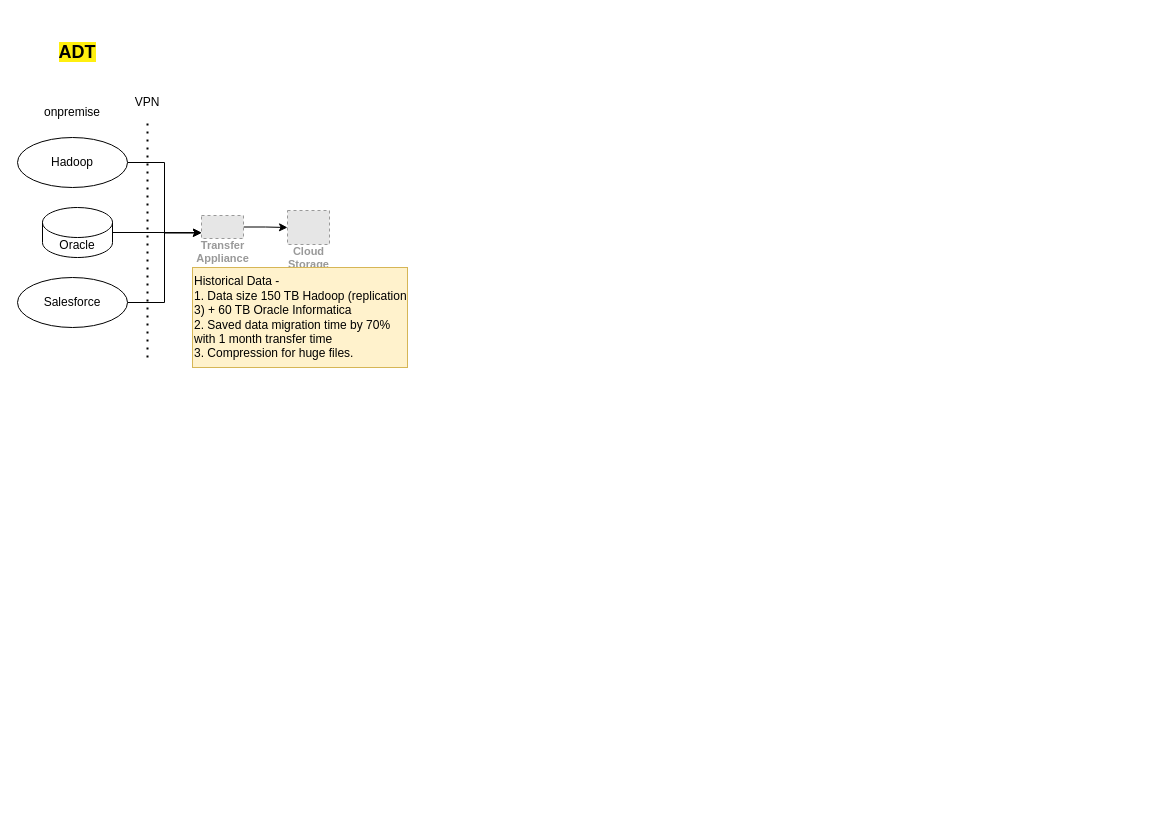
Before: ADT/ADT-Detailed.drawio in harshaldharme/ProjectSpaces, a draw.io diagram. Source tidied: cells renumbered, new cells numbered last; positions are measured from the earlier drawing's top-left corner, leaving out a move shared by most shapes. Both pictures are drawn from the tidied source at 100%, with x=0, y=0 at pixel (17, 37). Pictures stored in the file or linked from it are replaced by grey dashed boxes.
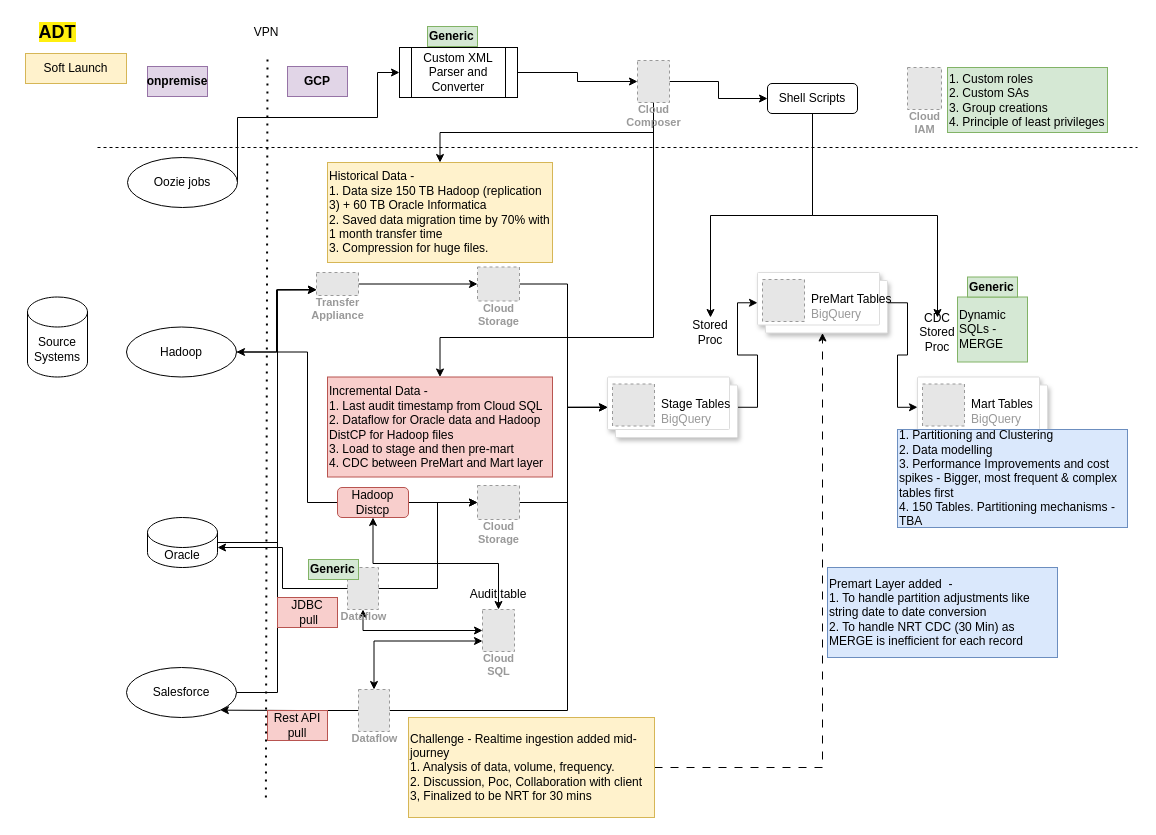
Above is the later version.

Change to the diagram source:
```diff
@@
     <mxCell id="2" style="endArrow=none;dashed=1;html=1;dashPattern=1 3;strokeWidth=2;rounded=0;" parent="1" edge="1">
       <mxGeometry relative="1" as="geometry">
-        <mxPoint x="130" y="320" as="sourcePoint" />
-        <mxPoint x="130" y="80" as="targetPoint" />
+        <mxPoint x="248.4" y="760" as="sourcePoint" />
+        <mxPoint x="250" y="20" as="targetPoint" />
       </mxGeometry>
     </mxCell>
     <mxCell id="3" value="&lt;font style=&quot;font-size: 18px; background-color: rgb(255, 239, 15);&quot;&gt;&lt;b&gt;ADT&lt;/b&gt;&lt;/font&gt;" style="text;html=1;align=center;verticalAlign=middle;whiteSpace=wrap;rounded=0;" parent="1" vertex="1">
-      <mxGeometry x="30" width="60" height="30" as="geometry" />
+      <mxGeometry x="10" y="-20" width="60" height="30" as="geometry" />
     </mxCell>
     <mxCell id="4" value="VPN" style="text;html=1;align=center;verticalAlign=middle;whiteSpace=wrap;rounded=0;" parent="1" vertex="1">
-      <mxGeometry x="100" y="50" width="60" height="30" as="geometry" />
+      <mxGeometry x="219" y="-20" width="60" height="30" as="geometry" />
     </mxCell>
@@
     <mxCell id="6" value="Hadoop" style="ellipse;whiteSpace=wrap;html=1;" parent="1" vertex="1">
-      <mxGeometry y="100" width="110" height="50" as="geometry" />
+      <mxGeometry x="109" y="289.5" width="110" height="50" as="geometry" />
     </mxCell>
     <mxCell id="7" style="edgeStyle=orthogonalEdgeStyle;rounded=0;jettySize=auto;html=1;exitX=1;exitY=0.5;exitDx=0;exitDy=0;entryX=0;entryY=0.75;entryDx=0;entryDy=0;" parent="1" edge="1" source="8" target="13">
-      <mxGeometry relative="1" as="geometry" />
+      <mxGeometry relative="1" as="geometry">
+        <Array as="points">
+          <mxPoint x="260" y="655" />
+          <mxPoint x="260" y="252" />
+        </Array>
+      </mxGeometry>
     </mxCell>
     <mxCell id="8" value="Salesforce" style="ellipse;whiteSpace=wrap;html=1;" parent="1" vertex="1">
-      <mxGeometry y="240" width="110" height="50" as="geometry" />
+      <mxGeometry x="109" y="630" width="110" height="50" as="geometry" />
     </mxCell>
-    <mxCell id="9" value="onpremise" style="text;html=1;align=center;verticalAlign=middle;whiteSpace=wrap;rounded=0;" parent="1" vertex="1">
-      <mxGeometry x="25" y="60" width="60" height="30" as="geometry" />
+    <mxCell id="9" value="onpremise" style="text;html=1;align=center;verticalAlign=middle;whiteSpace=wrap;rounded=0;fontStyle=1;fillColor=#e1d5e7;strokeColor=#9673a6;" parent="1" vertex="1">
+      <mxGeometry x="130" y="29" width="60" height="30" as="geometry" />
     </mxCell>
     <mxCell id="10" style="edgeStyle=orthogonalEdgeStyle;rounded=0;jettySize=auto;html=1;exitX=1;exitY=0.5;exitDx=0;exitDy=0;exitPerimeter=0;entryX=0;entryY=0.75;entryDx=0;entryDy=0;" parent="1" edge="1" source="11" target="13">
-      <mxGeometry relative="1" as="geometry" />
+      <mxGeometry relative="1" as="geometry">
+        <Array as="points">
+          <mxPoint x="260" y="505" />
+          <mxPoint x="260" y="252" />
+        </Array>
+      </mxGeometry>
     </mxCell>
     <mxCell id="11" value="Oracle" style="shape=cylinder3;whiteSpace=wrap;html=1;boundedLbl=1;backgroundOutline=1;size=15;" parent="1" vertex="1">
-      <mxGeometry x="25" y="170" width="70" height="50" as="geometry" />
+      <mxGeometry x="130" y="480" width="70" height="50" as="geometry" />
     </mxCell>
@@
     <mxCell id="13" value="Transfer&#10;Appliance" style="fillColor=#E6E6E6;strokeColor=#999999;dashed=1;html=1;verticalAlign=top;labelPosition=center;verticalLabelPosition=bottom;align=center;spacingTop=-6;fontSize=11;fontStyle=1;fontColor=#999999;" parent="1" vertex="1">
-      <mxGeometry x="184" y="178" width="42" height="23" as="geometry" />
+      <mxGeometry x="299" y="235" width="42" height="23" as="geometry" />
     </mxCell>
+    <mxCell id="16" style="edgeStyle=orthogonalEdgeStyle;rounded=0;jettySize=auto;html=1;exitX=1;exitY=0.5;exitDx=0;exitDy=0;" parent="1" edge="1" source="14">
+      <mxGeometry relative="1" as="geometry">
+        <mxPoint x="590" y="370" as="targetPoint" />
+        <Array as="points">
+          <mxPoint x="550" y="247" />
+          <mxPoint x="550" y="370" />
+        </Array>
+      </mxGeometry>
+    </mxCell>
     <mxCell id="14" value="Cloud&#10;Storage" style="fillColor=#E6E6E6;strokeColor=#999999;dashed=1;html=1;verticalAlign=top;labelPosition=center;verticalLabelPosition=bottom;align=center;spacingTop=-6;fontSize=11;fontStyle=1;fontColor=#999999;" parent="1" vertex="1">
-      <mxGeometry x="270" y="173" width="42" height="34" as="geometry" />
+      <mxGeometry x="460" y="229.5" width="42" height="34" as="geometry" />
     </mxCell>
     <mxCell id="15" value="Historical Data -&amp;nbsp;&lt;div&gt;1. Data size 150 TB Hadoop (replication 3) + 60 TB Oracle Informatica&lt;br&gt;&lt;/div&gt;&lt;div&gt;2. Saved data migration time by 70% with 1 month transfer time&lt;/div&gt;&lt;div&gt;3. Compression for huge files.&lt;/div&gt;" style="text;html=1;align=left;verticalAlign=middle;whiteSpace=wrap;rounded=0;fillColor=#fff2cc;strokeColor=#d6b656;" parent="1" vertex="1">
-      <mxGeometry x="175" y="230" width="215" height="100" as="geometry" />
+      <mxGeometry x="310" y="125" width="225" height="100" as="geometry" />
     </mxCell>
+    <mxCell id="17" value="Source&lt;br&gt;Systems" style="shape=cylinder3;whiteSpace=wrap;html=1;boundedLbl=1;backgroundOutline=1;size=15;" parent="1" vertex="1">
+      <mxGeometry x="10" y="259.5" width="60" height="80" as="geometry" />
+    </mxCell>
+    <mxCell id="18" value="Soft Launch" style="text;html=1;align=center;verticalAlign=middle;whiteSpace=wrap;rounded=0;fillColor=#fff2cc;strokeColor=#d6b656;" parent="1" vertex="1">
+      <mxGeometry x="8" y="16" width="101" height="30" as="geometry" />
+    </mxCell>
+    <mxCell id="19" value="&lt;div&gt;Incremental Data -&amp;nbsp;&lt;/div&gt;&lt;div&gt;1. Last audit timestamp from Cloud SQL&lt;br&gt;2. Dataflow for Oracle data and Hadoop DistCP for Hadoop files&lt;br&gt;3. Load to stage and then pre-mart&lt;br&gt;4. CDC between PreMart and Mart layer&lt;/div&gt;" style="text;html=1;align=left;verticalAlign=middle;whiteSpace=wrap;rounded=0;fillColor=#f8cecc;strokeColor=#b85450;" parent="1" vertex="1">
+      <mxGeometry x="310" y="339.5" width="225" height="100" as="geometry" />
+    </mxCell>
+    <mxCell id="20" style="edgeStyle=orthogonalEdgeStyle;rounded=0;jettySize=auto;html=1;exitX=1;exitY=0.5;exitDx=0;exitDy=0;entryX=0;entryY=0.5;entryDx=0;entryDy=0;" parent="1" edge="1" source="22" target="31">
+      <mxGeometry relative="1" as="geometry">
+        <Array as="points">
+          <mxPoint x="420" y="551" />
+          <mxPoint x="420" y="465" />
+        </Array>
+      </mxGeometry>
+    </mxCell>
+    <mxCell id="21" style="edgeStyle=orthogonalEdgeStyle;rounded=0;jettySize=auto;html=1;exitX=0.5;exitY=1;exitDx=0;exitDy=0;entryX=0;entryY=0.5;entryDx=0;entryDy=0;startArrow=classic;startFill=1;" parent="1" edge="1" source="22" target="38">
+      <mxGeometry relative="1" as="geometry" />
+    </mxCell>
+    <mxCell id="22" value="Dataflow" style="fillColor=#E6E6E6;strokeColor=#999999;dashed=1;html=1;verticalAlign=top;labelPosition=center;verticalLabelPosition=bottom;align=center;spacingTop=-6;fontSize=11;fontStyle=1;fontColor=#999999;" parent="1" vertex="1">
+      <mxGeometry x="330" y="530" width="31" height="42" as="geometry" />
+    </mxCell>
+    <mxCell id="23" style="edgeStyle=orthogonalEdgeStyle;rounded=0;jettySize=auto;html=1;exitX=0;exitY=0.5;exitDx=0;exitDy=0;entryX=1;entryY=0.5;entryDx=0;entryDy=0;" parent="1" edge="1" source="26" target="6">
+      <mxGeometry relative="1" as="geometry">
+        <Array as="points">
+          <mxPoint x="290" y="465" />
+          <mxPoint x="290" y="315" />
+        </Array>
+      </mxGeometry>
+    </mxCell>
+    <mxCell id="24" style="edgeStyle=orthogonalEdgeStyle;rounded=0;jettySize=auto;html=1;exitX=1;exitY=0.5;exitDx=0;exitDy=0;entryX=0;entryY=0.5;entryDx=0;entryDy=0;" parent="1" edge="1" source="26" target="31">
+      <mxGeometry relative="1" as="geometry" />
+    </mxCell>
+    <mxCell id="25" style="edgeStyle=orthogonalEdgeStyle;rounded=0;jettySize=auto;html=1;exitX=0.5;exitY=1;exitDx=0;exitDy=0;entryX=0.5;entryY=0;entryDx=0;entryDy=0;startArrow=classic;startFill=1;" parent="1" edge="1" source="26" target="38">
+      <mxGeometry relative="1" as="geometry" />
+    </mxCell>
+    <mxCell id="26" value="Hadoop Distcp" style="rounded=1;whiteSpace=wrap;html=1;fillColor=#f8cecc;strokeColor=#b85450;" parent="1" vertex="1">
+      <mxGeometry x="320" y="450" width="71" height="30" as="geometry" />
+    </mxCell>
+    <mxCell id="27" style="edgeStyle=orthogonalEdgeStyle;rounded=0;jettySize=auto;html=1;exitX=1;exitY=0.5;exitDx=0;exitDy=0;entryX=0;entryY=0.5;entryDx=0;entryDy=0;" parent="1" edge="1" source="28" target="33">
+      <mxGeometry relative="1" as="geometry" />
+    </mxCell>
+    <mxCell id="28" style="shape=mxgraph.gcp2.doubleRect;strokeColor=#dddddd;shadow=1;strokeWidth=1;" parent="1" vertex="1">
+      <mxGeometry x="590" y="339.5" width="130" height="60.5" as="geometry" />
+    </mxCell>
+    <mxCell id="29" value="&lt;div&gt;&lt;font color=&quot;#000000&quot;&gt;&lt;br&gt;&lt;/font&gt;&lt;/div&gt;&lt;font color=&quot;#000000&quot;&gt;Stage Tables&lt;/font&gt;&lt;div&gt;BigQuery&lt;br&gt;&lt;/div&gt;" style="fillColor=#E6E6E6;strokeColor=#999999;dashed=1;html=1;labelPosition=right;verticalLabelPosition=middle;align=left;verticalAlign=top;spacingLeft=5;fontColor=#999999;fontSize=12;spacingTop=-8;" parent="28" vertex="1">
+      <mxGeometry width="42" height="42" relative="1" as="geometry">
+        <mxPoint x="5" y="7" as="offset" />
+      </mxGeometry>
+    </mxCell>
+    <mxCell id="30" style="edgeStyle=orthogonalEdgeStyle;rounded=0;jettySize=auto;html=1;exitX=1;exitY=0.5;exitDx=0;exitDy=0;entryX=0;entryY=0.5;entryDx=0;entryDy=0;" parent="1" edge="1" source="31" target="28">
+      <mxGeometry relative="1" as="geometry">
+        <Array as="points">
+          <mxPoint x="550" y="465" />
+          <mxPoint x="550" y="370" />
+        </Array>
+      </mxGeometry>
+    </mxCell>
+    <mxCell id="31" value="Cloud&#10;Storage" style="fillColor=#E6E6E6;strokeColor=#999999;dashed=1;html=1;verticalAlign=top;labelPosition=center;verticalLabelPosition=bottom;align=center;spacingTop=-6;fontSize=11;fontStyle=1;fontColor=#999999;" parent="1" vertex="1">
+      <mxGeometry x="460" y="448" width="42" height="34" as="geometry" />
+    </mxCell>
+    <mxCell id="32" style="edgeStyle=orthogonalEdgeStyle;rounded=0;jettySize=auto;html=1;exitX=1;exitY=0.5;exitDx=0;exitDy=0;entryX=0;entryY=0.5;entryDx=0;entryDy=0;" parent="1" edge="1" source="33" target="35">
+      <mxGeometry relative="1" as="geometry" />
+    </mxCell>
+    <mxCell id="33" style="shape=mxgraph.gcp2.doubleRect;strokeColor=#dddddd;shadow=1;strokeWidth=1;" parent="1" vertex="1">
+      <mxGeometry x="740" y="235" width="130" height="60.5" as="geometry" />
+    </mxCell>
+    <mxCell id="34" value="&lt;div&gt;&lt;font color=&quot;#000000&quot;&gt;&lt;br&gt;&lt;/font&gt;&lt;/div&gt;&lt;font color=&quot;#000000&quot;&gt;PreMart Tables&lt;/font&gt;&lt;div&gt;BigQuery&lt;br&gt;&lt;/div&gt;" style="fillColor=#E6E6E6;strokeColor=#999999;dashed=1;html=1;labelPosition=right;verticalLabelPosition=middle;align=left;verticalAlign=top;spacingLeft=5;fontColor=#999999;fontSize=12;spacingTop=-8;" parent="33" vertex="1">
+      <mxGeometry width="42" height="42" relative="1" as="geometry">
+        <mxPoint x="5" y="7" as="offset" />
+      </mxGeometry>
+    </mxCell>
+    <mxCell id="35" style="shape=mxgraph.gcp2.doubleRect;strokeColor=#dddddd;shadow=1;strokeWidth=1;" parent="1" vertex="1">
+      <mxGeometry x="900" y="339.5" width="130" height="60.5" as="geometry" />
+    </mxCell>
+    <mxCell id="36" value="&lt;div&gt;&lt;font color=&quot;#000000&quot;&gt;&lt;br&gt;&lt;/font&gt;&lt;/div&gt;&lt;font color=&quot;#000000&quot;&gt;Mart Tables&lt;/font&gt;&lt;div&gt;BigQuery&lt;br&gt;&lt;/div&gt;" style="fillColor=#E6E6E6;strokeColor=#999999;dashed=1;html=1;labelPosition=right;verticalLabelPosition=middle;align=left;verticalAlign=top;spacingLeft=5;fontColor=#999999;fontSize=12;spacingTop=-8;" parent="35" vertex="1">
+      <mxGeometry width="42" height="42" relative="1" as="geometry">
+        <mxPoint x="5" y="7" as="offset" />
+      </mxGeometry>
+    </mxCell>
+    <mxCell id="37" style="edgeStyle=orthogonalEdgeStyle;rounded=0;jettySize=auto;html=1;exitX=0;exitY=0.5;exitDx=0;exitDy=0;entryX=1;entryY=0;entryDx=0;entryDy=30;entryPerimeter=0;" parent="1" edge="1" source="22" target="11">
+      <mxGeometry relative="1" as="geometry" />
+    </mxCell>
+    <mxCell id="38" value="Cloud&#10;SQL" style="fillColor=#E6E6E6;strokeColor=#999999;dashed=1;html=1;verticalAlign=top;labelPosition=center;verticalLabelPosition=bottom;align=center;spacingTop=-6;fontSize=11;fontStyle=1;fontColor=#999999;" parent="1" vertex="1">
+      <mxGeometry x="465" y="572" width="32" height="42" as="geometry" />
+    </mxCell>
+    <mxCell id="39" value="Audit table" style="text;html=1;align=center;verticalAlign=middle;whiteSpace=wrap;rounded=0;" parent="1" vertex="1">
+      <mxGeometry x="451" y="542" width="60" height="30" as="geometry" />
+    </mxCell>
+    <mxCell id="40" style="edgeStyle=orthogonalEdgeStyle;rounded=0;jettySize=auto;html=1;exitX=0.5;exitY=0;exitDx=0;exitDy=0;entryX=0;entryY=0.75;entryDx=0;entryDy=0;startArrow=classic;startFill=1;" parent="1" edge="1" source="43" target="38">
+      <mxGeometry relative="1" as="geometry" />
+    </mxCell>
+    <mxCell id="41" style="edgeStyle=orthogonalEdgeStyle;rounded=0;jettySize=auto;html=1;exitX=0;exitY=0.5;exitDx=0;exitDy=0;entryX=1;entryY=1;entryDx=0;entryDy=0;" parent="1" edge="1" source="43" target="8">
+      <mxGeometry relative="1" as="geometry" />
+    </mxCell>
+    <mxCell id="42" style="edgeStyle=orthogonalEdgeStyle;rounded=0;jettySize=auto;html=1;exitX=1;exitY=0.5;exitDx=0;exitDy=0;entryX=0;entryY=0.5;entryDx=0;entryDy=0;" parent="1" edge="1" source="43" target="28">
+      <mxGeometry relative="1" as="geometry">
+        <Array as="points">
+          <mxPoint x="550" y="673" />
+          <mxPoint x="550" y="370" />
+        </Array>
+      </mxGeometry>
+    </mxCell>
+    <mxCell id="43" value="Dataflow" style="fillColor=#E6E6E6;strokeColor=#999999;dashed=1;html=1;verticalAlign=top;labelPosition=center;verticalLabelPosition=bottom;align=center;spacingTop=-6;fontSize=11;fontStyle=1;fontColor=#999999;" parent="1" vertex="1">
+      <mxGeometry x="341" y="652" width="31" height="42" as="geometry" />
+    </mxCell>
+    <mxCell id="44" value="Rest API pull" style="text;html=1;align=center;verticalAlign=middle;whiteSpace=wrap;rounded=0;fillColor=#f8cecc;strokeColor=#b85450;" parent="1" vertex="1">
+      <mxGeometry x="250" y="673" width="60" height="30" as="geometry" />
+    </mxCell>
+    <mxCell id="45" value="JDBC&lt;div&gt;&amp;nbsp;pull&lt;/div&gt;" style="text;html=1;align=center;verticalAlign=middle;whiteSpace=wrap;rounded=0;fillColor=#f8cecc;strokeColor=#b85450;" parent="1" vertex="1">
+      <mxGeometry x="260" y="560" width="60" height="30" as="geometry" />
+    </mxCell>
+    <mxCell id="46" style="edgeStyle=orthogonalEdgeStyle;rounded=0;jettySize=auto;html=1;exitX=1;exitY=0.5;exitDx=0;exitDy=0;entryX=0.5;entryY=1;entryDx=0;entryDy=0;dashed=1;dashPattern=8 8;" parent="1" edge="1" source="47" target="33">
+      <mxGeometry relative="1" as="geometry" />
+    </mxCell>
+    <mxCell id="47" value="&lt;div&gt;&lt;span style=&quot;background-color: initial;&quot;&gt;Challenge - Realtime ingestion added mid-journey&lt;/span&gt;&lt;/div&gt;&lt;div&gt;&lt;span style=&quot;background-color: initial;&quot;&gt;1. Analysis of data, volume, frequency.&lt;br&gt;2. Discussion, Poc, Collaboration with client&lt;/span&gt;&lt;/div&gt;&lt;div&gt;&lt;span style=&quot;background-color: initial;&quot;&gt;3, Finalized to be NRT for 30 mins&lt;/span&gt;&lt;/div&gt;" style="text;html=1;align=left;verticalAlign=middle;whiteSpace=wrap;rounded=0;fillColor=#fff2cc;strokeColor=#d6b656;" parent="1" vertex="1">
+      <mxGeometry x="391" y="680" width="246" height="100" as="geometry" />
+    </mxCell>
+    <mxCell id="48" value="Stored Proc" style="text;html=1;align=center;verticalAlign=middle;whiteSpace=wrap;rounded=0;" parent="1" vertex="1">
+      <mxGeometry x="663" y="280" width="60" height="30" as="geometry" />
+    </mxCell>
+    <mxCell id="49" value="CDC Stored Proc" style="text;html=1;align=center;verticalAlign=middle;whiteSpace=wrap;rounded=0;" parent="1" vertex="1">
+      <mxGeometry x="890" y="280" width="60" height="30" as="geometry" />
+    </mxCell>
+    <mxCell id="50" style="edgeStyle=orthogonalEdgeStyle;rounded=0;jettySize=auto;html=1;exitX=0.5;exitY=1;exitDx=0;exitDy=0;entryX=0.5;entryY=0;entryDx=0;entryDy=0;" parent="1" edge="1" source="53" target="15">
+      <mxGeometry relative="1" as="geometry" />
+    </mxCell>
+    <mxCell id="51" style="edgeStyle=orthogonalEdgeStyle;rounded=0;jettySize=auto;html=1;exitX=0.5;exitY=1;exitDx=0;exitDy=0;entryX=0.5;entryY=0;entryDx=0;entryDy=0;" parent="1" edge="1" source="53" target="19">
+      <mxGeometry relative="1" as="geometry">
+        <Array as="points">
+          <mxPoint x="636" y="300" />
+          <mxPoint x="423" y="300" />
+        </Array>
+      </mxGeometry>
+    </mxCell>
+    <mxCell id="52" style="edgeStyle=orthogonalEdgeStyle;rounded=0;jettySize=auto;html=1;exitX=1;exitY=0.5;exitDx=0;exitDy=0;entryX=0;entryY=0.5;entryDx=0;entryDy=0;" parent="1" edge="1" source="53" target="56">
+      <mxGeometry relative="1" as="geometry" />
+    </mxCell>
+    <mxCell id="53" value="Cloud&#10;Composer" style="fillColor=#E6E6E6;strokeColor=#999999;dashed=1;html=1;verticalAlign=top;labelPosition=center;verticalLabelPosition=bottom;align=center;spacingTop=-6;fontSize=11;fontStyle=1;fontColor=#999999;" parent="1" vertex="1">
+      <mxGeometry x="620" y="23" width="32" height="42" as="geometry" />
+    </mxCell>
+    <mxCell id="54" style="edgeStyle=orthogonalEdgeStyle;rounded=0;jettySize=auto;html=1;exitX=0.5;exitY=1;exitDx=0;exitDy=0;entryX=0.5;entryY=0;entryDx=0;entryDy=0;" parent="1" edge="1" source="56" target="48">
+      <mxGeometry relative="1" as="geometry" />
+    </mxCell>
+    <mxCell id="55" style="edgeStyle=orthogonalEdgeStyle;rounded=0;jettySize=auto;html=1;exitX=0.5;exitY=1;exitDx=0;exitDy=0;entryX=0.5;entryY=0;entryDx=0;entryDy=0;" parent="1" edge="1" source="56" target="49">
+      <mxGeometry relative="1" as="geometry" />
+    </mxCell>
+    <mxCell id="56" value="Shell Scripts" style="rounded=1;whiteSpace=wrap;html=1;" parent="1" vertex="1">
+      <mxGeometry x="750" y="46" width="90" height="30" as="geometry" />
+    </mxCell>
+    <mxCell id="57" style="endArrow=none;dashed=1;html=1;rounded=0;" parent="1" edge="1">
+      <mxGeometry relative="1" as="geometry">
+        <mxPoint x="80" y="110" as="sourcePoint" />
+        <mxPoint x="1120" y="110" as="targetPoint" />
+      </mxGeometry>
+    </mxCell>
+    <mxCell id="58" value="Cloud&#10;IAM" style="fillColor=#E6E6E6;strokeColor=#999999;dashed=1;html=1;verticalAlign=top;labelPosition=center;verticalLabelPosition=bottom;align=center;spacingTop=-6;fontSize=11;fontStyle=1;fontColor=#999999;" parent="1" vertex="1">
+      <mxGeometry x="890" y="30" width="34" height="42" as="geometry" />
+    </mxCell>
+    <mxCell id="59" value="1. Custom roles&lt;div&gt;2. Custom SAs&lt;br&gt;&lt;div&gt;3. Group creations&lt;/div&gt;&lt;div&gt;4. Principle of least privileges&lt;/div&gt;&lt;/div&gt;" style="text;html=1;align=left;verticalAlign=middle;whiteSpace=wrap;rounded=0;fillColor=#d5e8d4;strokeColor=#82b366;" parent="1" vertex="1">
+      <mxGeometry x="930" y="30" width="160" height="65" as="geometry" />
+    </mxCell>
+    <mxCell id="60" value="Dynamic SQLs - MERGE" style="text;html=1;align=left;verticalAlign=middle;whiteSpace=wrap;rounded=0;fillColor=#d5e8d4;strokeColor=#82b366;" parent="1" vertex="1">
+      <mxGeometry x="940" y="259.5" width="70" height="65" as="geometry" />
+    </mxCell>
+    <mxCell id="61" value="Premart Layer added&amp;nbsp; -&amp;nbsp;&lt;div&gt;1. To handle partition adjustments like string date to date conversion&lt;br&gt;2. To handle NRT CDC (30 Min) as MERGE is inefficient for each record&lt;/div&gt;" style="text;html=1;align=left;verticalAlign=middle;whiteSpace=wrap;rounded=0;fillColor=#dae8fc;strokeColor=#6c8ebf;" parent="1" vertex="1">
+      <mxGeometry x="810" y="530" width="230" height="90" as="geometry" />
+    </mxCell>
+    <mxCell id="62" value="1. Partitioning and Clustering&lt;br&gt;2. Data modelling&lt;br&gt;3. Performance Improvements and cost spikes - Bigger, most frequent &amp;amp; complex tables first&lt;br&gt;4. 150 Tables. Partitioning mechanisms - TBA" style="text;html=1;align=left;verticalAlign=middle;whiteSpace=wrap;rounded=0;fillColor=#dae8fc;strokeColor=#6c8ebf;" parent="1" vertex="1">
+      <mxGeometry x="880" y="392" width="230" height="98" as="geometry" />
+    </mxCell>
+    <mxCell id="63" style="edgeStyle=orthogonalEdgeStyle;rounded=0;jettySize=auto;html=1;exitX=1;exitY=0.5;exitDx=0;exitDy=0;entryX=0;entryY=0.5;entryDx=0;entryDy=0;" parent="1" edge="1" source="64" target="67">
+      <mxGeometry relative="1" as="geometry">
+        <Array as="points">
+          <mxPoint x="220" y="80" />
+          <mxPoint x="360" y="80" />
+          <mxPoint x="360" y="35" />
+        </Array>
+      </mxGeometry>
+    </mxCell>
+    <mxCell id="64" value="Oozie jobs" style="ellipse;whiteSpace=wrap;html=1;" parent="1" vertex="1">
+      <mxGeometry x="110" y="120" width="110" height="50" as="geometry" />
+    </mxCell>
+    <mxCell id="65" value="GCP" style="text;html=1;align=center;verticalAlign=middle;whiteSpace=wrap;rounded=0;fontStyle=1;fillColor=#e1d5e7;strokeColor=#9673a6;" parent="1" vertex="1">
+      <mxGeometry x="270" y="29" width="60" height="30" as="geometry" />
+    </mxCell>
+    <mxCell id="66" style="edgeStyle=orthogonalEdgeStyle;rounded=0;jettySize=auto;html=1;exitX=1;exitY=0.5;exitDx=0;exitDy=0;entryX=0;entryY=0.5;entryDx=0;entryDy=0;" parent="1" edge="1" source="67" target="53">
+      <mxGeometry relative="1" as="geometry" />
+    </mxCell>
+    <mxCell id="67" value="Custom XML Parser and Converter" style="shape=process;whiteSpace=wrap;html=1;backgroundOutline=1;" parent="1" vertex="1">
+      <mxGeometry x="382" y="10" width="118" height="50" as="geometry" />
+    </mxCell>
+    <mxCell id="68" value="Generic" style="text;html=1;align=left;verticalAlign=middle;whiteSpace=wrap;rounded=0;fillColor=#d5e8d4;strokeColor=#82b366;fontStyle=1;" parent="1" vertex="1">
+      <mxGeometry x="950" y="239.5" width="50" height="20" as="geometry" />
+    </mxCell>
+    <mxCell id="69" value="Generic" style="text;html=1;align=left;verticalAlign=middle;whiteSpace=wrap;rounded=0;fillColor=#d5e8d4;strokeColor=#82b366;fontStyle=1;" parent="1" vertex="1">
+      <mxGeometry x="410" y="-11" width="50" height="20" as="geometry" />
+    </mxCell>
+    <mxCell id="70" value="Generic" style="text;html=1;align=left;verticalAlign=middle;whiteSpace=wrap;rounded=0;fillColor=#d5e8d4;strokeColor=#82b366;fontStyle=1;" parent="1" vertex="1">
+      <mxGeometry x="291" y="522" width="50" height="20" as="geometry" />
+    </mxCell>
```
